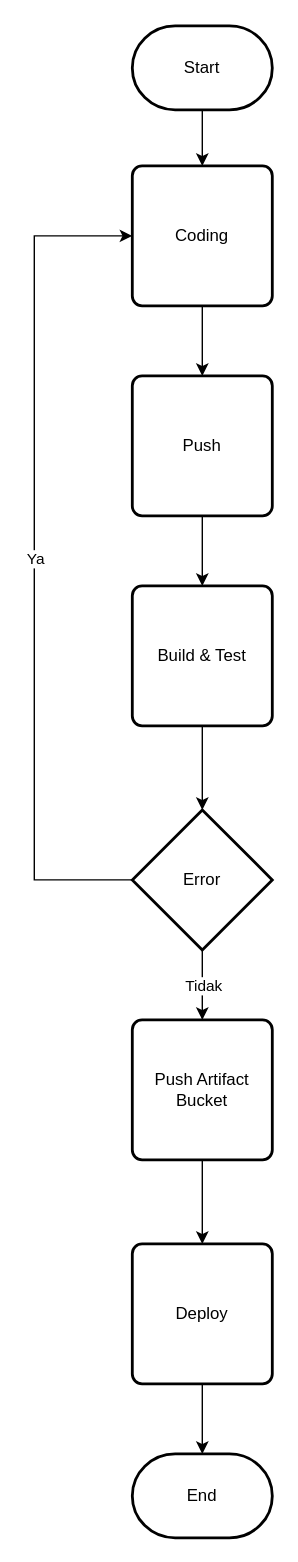
gryto/CapstoneProjectAWS keeps this draw.io diagram as CICD-staycation2.drawio. Above is the earlier version. Source tidied: cells renumbered, new cells numbered last; positions are measured from the earlier drawing's top-left corner, leaving out a move shared by most shapes. Both pictures are drawn from the tidied source at 140%, with x=0, y=0 at pixel (34, 25).
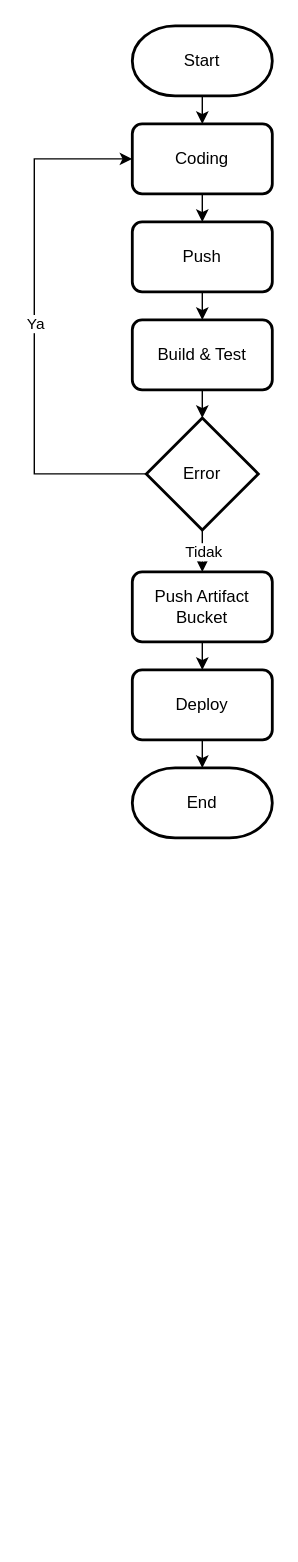
The same page after the edit.

Change to the diagram source:
```diff
@@
     <mxCell id="2" value="Start" style="strokeWidth=2;html=1;shape=mxgraph.flowchart.terminator;whiteSpace=wrap;" parent="1" vertex="1">
-      <mxGeometry x="70" width="100" height="60" as="geometry" />
+      <mxGeometry x="70" width="100" height="50" as="geometry" />
     </mxCell>
     <mxCell id="3" value="Coding" style="rounded=1;whiteSpace=wrap;html=1;absoluteArcSize=1;arcSize=14;strokeWidth=2;" parent="1" vertex="1">
-      <mxGeometry x="70" y="100" width="100" height="100" as="geometry" />
+      <mxGeometry x="70" y="70" width="100" height="50" as="geometry" />
     </mxCell>
     <mxCell id="4" value="Push" style="rounded=1;whiteSpace=wrap;html=1;absoluteArcSize=1;arcSize=14;strokeWidth=2;" parent="1" vertex="1">
-      <mxGeometry x="70" y="250" width="100" height="100" as="geometry" />
+      <mxGeometry x="70" y="140" width="100" height="50" as="geometry" />
     </mxCell>
     <mxCell id="5" value="Build &amp;amp; Test" style="rounded=1;whiteSpace=wrap;html=1;absoluteArcSize=1;arcSize=14;strokeWidth=2;" parent="1" vertex="1">
-      <mxGeometry x="70" y="400" width="100" height="100" as="geometry" />
+      <mxGeometry x="70" y="210" width="100" height="50" as="geometry" />
     </mxCell>
     <mxCell id="6" value="Error" style="strokeWidth=2;html=1;shape=mxgraph.flowchart.decision;whiteSpace=wrap;" parent="1" vertex="1">
-      <mxGeometry x="70" y="560" width="100" height="100" as="geometry" />
+      <mxGeometry x="80" y="280" width="80" height="80" as="geometry" />
     </mxCell>
     <mxCell id="7" value="Push Artifact Bucket" style="rounded=1;whiteSpace=wrap;html=1;absoluteArcSize=1;arcSize=14;strokeWidth=2;" parent="1" vertex="1">
-      <mxGeometry x="70" y="710" width="100" height="100" as="geometry" />
+      <mxGeometry x="70" y="390" width="100" height="50" as="geometry" />
     </mxCell>
     <mxCell id="8" value="Deploy" style="rounded=1;whiteSpace=wrap;html=1;absoluteArcSize=1;arcSize=14;strokeWidth=2;" parent="1" vertex="1">
-      <mxGeometry x="70" y="870" width="100" height="100" as="geometry" />
+      <mxGeometry x="70" y="460" width="100" height="50" as="geometry" />
     </mxCell>
     <mxCell id="9" value="End" style="strokeWidth=2;html=1;shape=mxgraph.flowchart.terminator;whiteSpace=wrap;" parent="1" vertex="1">
-      <mxGeometry x="70" y="1020" width="100" height="60" as="geometry" />
+      <mxGeometry x="70" y="530" width="100" height="50" as="geometry" />
     </mxCell>
@@
     <mxCell id="14" style="endArrow=classic;html=1;rounded=0;exitX=0;exitY=0.5;exitDx=0;exitDy=0;entryX=0;entryY=0.5;entryDx=0;entryDy=0;exitPerimeter=0;" parent="1" edge="1" source="6" target="3">
       <mxGeometry relative="1" as="geometry">
         <Array as="points">
-          <mxPoint y="610" />
-          <mxPoint y="150" />
+          <mxPoint y="320" />
+          <mxPoint y="95" />
         </Array>
       </mxGeometry>
     </mxCell>
@@
-    <mxCell id="16" style="endArrow=classic;html=1;rounded=0;entryX=0.5;entryY=0;entryDx=0;entryDy=0;" parent="1" edge="1" target="7">
-      <mxGeometry relative="1" as="geometry">
-        <mxPoint x="120" y="660" as="sourcePoint" />
-      </mxGeometry>
+    <mxCell id="16" style="endArrow=classic;html=1;rounded=0;entryX=0.5;entryY=0;entryDx=0;entryDy=0;exitX=0.5;exitY=1;exitDx=0;exitDy=0;exitPerimeter=0;" parent="1" edge="1" source="6" target="7">
+      <mxGeometry relative="1" as="geometry" />
     </mxCell>
```
